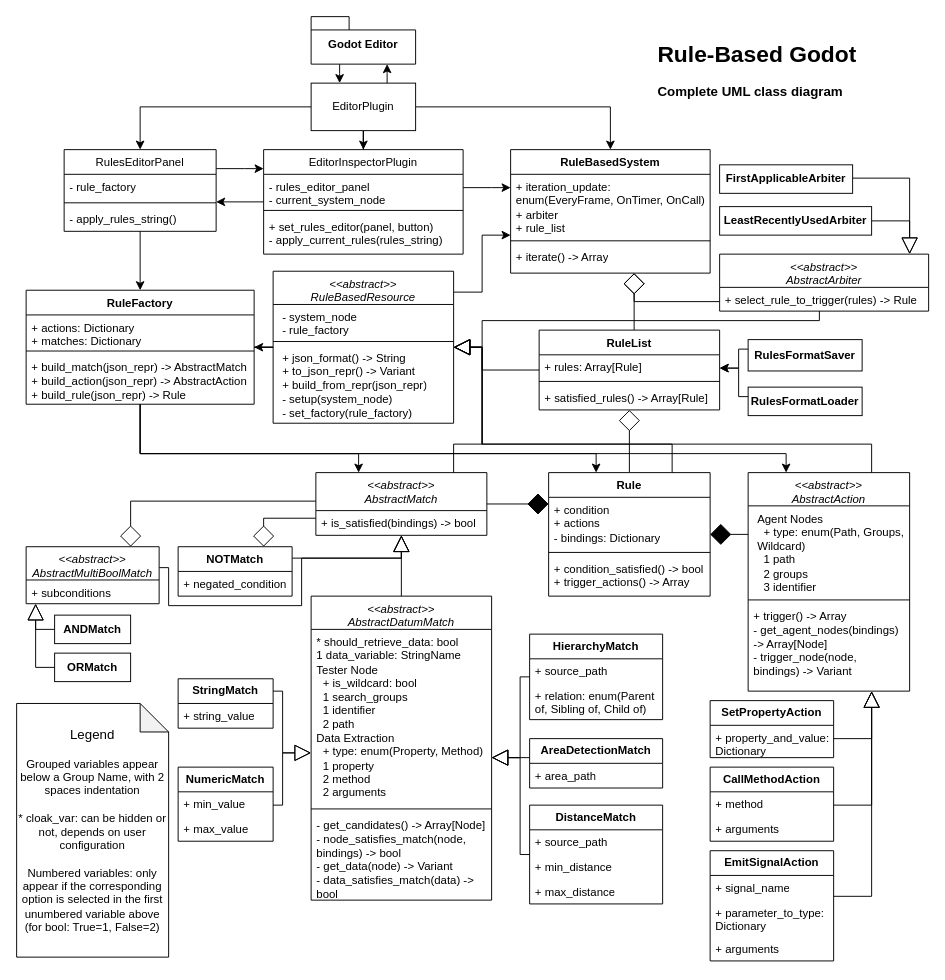
rvbatt/rule-based-godot keeps this draw.io diagram as page "Complete" (2 of 3) of diagrams/UML_Classes.drawio. Above is the earlier version. Source tidied: cells renumbered, new cells numbered last; positions are measured from the earlier drawing's top-left corner, leaving out a move shared by most shapes. Both pictures are drawn from the tidied source at 95%, with x=0, y=0 at pixel (16, 16).
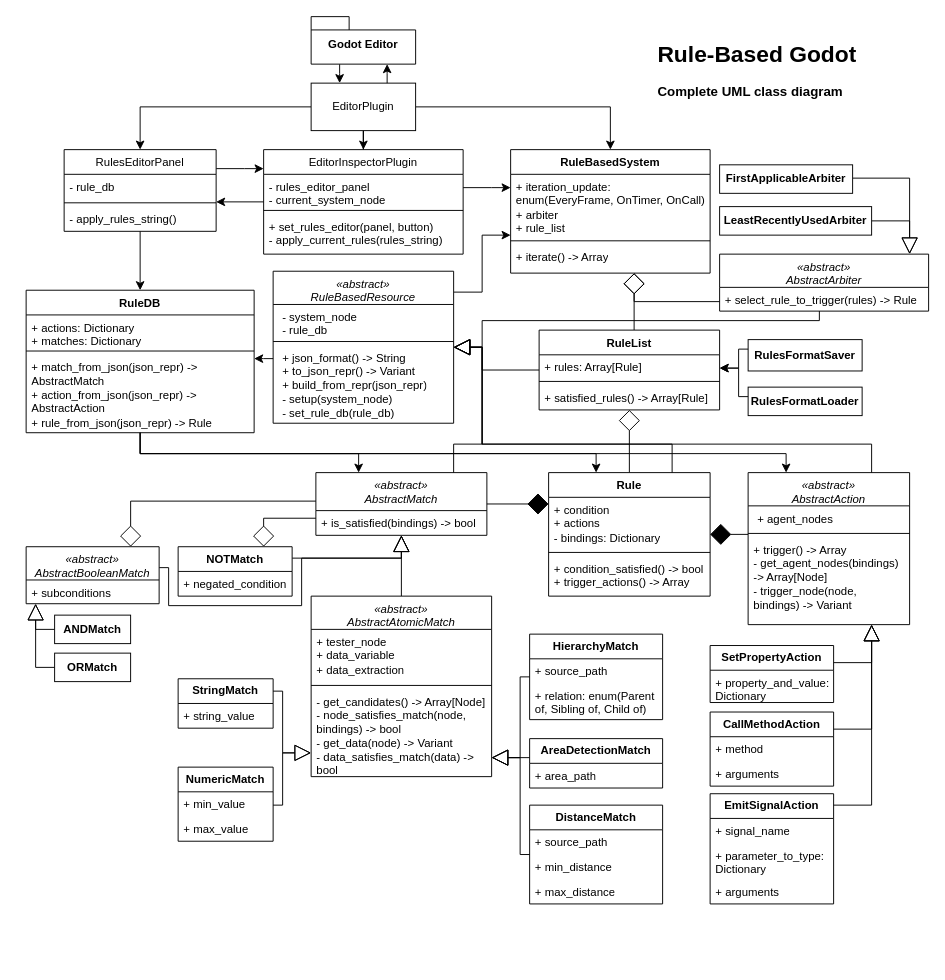
The same page after the edit.

Unchanged cells that the change refers to:
```xml
<mxCell id="17" value="&lt;span style=&quot;font-weight: normal;&quot;&gt;RulesEditorPanel&lt;/span&gt;" style="swimlane;fontStyle=1;align=center;verticalAlign=top;horizontal=1;startSize=26;whiteSpace=wrap;html=1;" parent="1" vertex="1">
  <mxGeometry x="50" y="140" width="160" height="86" as="geometry" />
</mxCell>
```

The edit, as a diff of the source:
```diff
@@
-    <mxCell id="18" value="- rule_factory" style="text;strokeColor=none;fillColor=none;align=left;verticalAlign=top;spacingLeft=4;spacingRight=4;overflow=hidden;whiteSpace=wrap;html=1;" parent="17" vertex="1">
+    <mxCell id="18" value="- rule_db" style="text;strokeColor=none;fillColor=none;align=left;verticalAlign=top;spacingLeft=4;spacingRight=4;overflow=hidden;whiteSpace=wrap;html=1;" parent="17" vertex="1">
       <mxGeometry y="26" width="160" height="26" as="geometry" />
     </mxCell>
@@
-    <mxCell id="30" value="RuleFactory" style="swimlane;fontStyle=1;align=center;verticalAlign=top;horizontal=1;startSize=26;whiteSpace=wrap;html=1;" parent="1" vertex="1">
-      <mxGeometry x="10" y="288" width="240" height="120" as="geometry" />
+    <mxCell id="30" value="RuleDB" style="swimlane;fontStyle=1;align=center;verticalAlign=top;horizontal=1;startSize=26;whiteSpace=wrap;html=1;" parent="1" vertex="1">
+      <mxGeometry x="10" y="288" width="240" height="150" as="geometry" />
     </mxCell>
@@
-    <mxCell id="33" value="+ build_match(json_repr) -&amp;gt; AbstractMatch&lt;br&gt;+ build_action(json_repr) -&amp;gt; AbstractAction&lt;br&gt;+ build_rule(json_repr) -&amp;gt; Rule" style="text;strokeColor=none;fillColor=none;align=left;verticalAlign=top;spacingLeft=4;spacingRight=4;overflow=hidden;whiteSpace=wrap;html=1;" parent="30" vertex="1">
-      <mxGeometry y="68" width="240" height="52" as="geometry" />
+    <mxCell id="33" value="+ match_from_json(json_repr) -&amp;gt; AbstractMatch&lt;br&gt;+ action_from_json(json_repr) -&amp;gt; AbstractAction&lt;br&gt;+ rule_from_json(json_repr) -&amp;gt; Rule" style="text;strokeColor=none;fillColor=none;align=left;verticalAlign=top;spacingLeft=4;spacingRight=4;overflow=hidden;whiteSpace=wrap;html=1;" parent="30" vertex="1">
+      <mxGeometry y="68" width="240" height="82" as="geometry" />
     </mxCell>
@@
-    <mxCell id="48" value="&lt;span style=&quot;font-weight: 400;&quot;&gt;&lt;i&gt;&amp;lt;&amp;lt;abstract&amp;gt;&amp;gt;&lt;br&gt;AbstractMatch&lt;br&gt;&lt;/i&gt;&lt;/span&gt;" style="swimlane;fontStyle=1;align=center;verticalAlign=top;horizontal=1;startSize=40;whiteSpace=wrap;html=1;" parent="1" vertex="1">
+    <mxCell id="48" value="&lt;i&gt;&lt;span style=&quot;font-weight: normal;&quot;&gt;«abstract»&lt;/span&gt;&lt;span style=&quot;font-weight: normal;&quot;&gt;&lt;br&gt;AbstractMatch&lt;/span&gt;&lt;/i&gt;" style="swimlane;fontStyle=1;align=center;verticalAlign=top;horizontal=1;startSize=40;whiteSpace=wrap;html=1;" parent="1" vertex="1">
       <mxGeometry x="315" y="480" width="180" height="66" as="geometry" />
     </mxCell>
@@
-    <mxCell id="55" value="&lt;span style=&quot;font-weight: normal;&quot;&gt;&lt;i&gt;&amp;lt;&amp;lt;abstract&amp;gt;&amp;gt;&lt;br&gt;AbstractDatumMatch&lt;br&gt;&lt;/i&gt;&lt;/span&gt;" style="swimlane;fontStyle=1;align=center;verticalAlign=top;horizontal=1;startSize=35;whiteSpace=wrap;html=1;swimlaneLine=1;" parent="1" vertex="1">
-      <mxGeometry x="310" y="610" width="190" height="320" as="geometry" />
+    <mxCell id="55" value="&lt;i&gt;&lt;span style=&quot;font-weight: normal;&quot;&gt;«abstract&lt;/span&gt;&lt;span style=&quot;font-weight: 400;&quot;&gt;»&lt;/span&gt;&lt;/i&gt;&lt;span style=&quot;font-weight: normal;&quot;&gt;&lt;i&gt;&lt;br&gt;AbstractAtomicMatch&lt;br&gt;&lt;/i&gt;&lt;/span&gt;" style="swimlane;fontStyle=1;align=center;verticalAlign=top;horizontal=1;startSize=35;whiteSpace=wrap;html=1;swimlaneLine=1;" parent="1" vertex="1">
+      <mxGeometry x="310" y="610" width="190" height="190" as="geometry" />
     </mxCell>
-    <mxCell id="56" value="* should_retrieve_data: bool&lt;br&gt;1 data_variable: StringName&lt;br&gt;Tester Node&lt;br&gt;&amp;nbsp; + is_wildcard: bool&lt;br&gt;&amp;nbsp; 1 search_groups&lt;br&gt;&amp;nbsp; 1 identifier&lt;br&gt;&amp;nbsp; 2 path&lt;br&gt;Data Extraction&lt;br&gt;&amp;nbsp; + type: enum(Property, Method)&lt;br&gt;&amp;nbsp; 1 property&lt;br&gt;&amp;nbsp; 2 method&lt;br&gt;&amp;nbsp; 2 arguments" style="text;strokeColor=none;fillColor=none;align=left;verticalAlign=top;spacingLeft=4;spacingRight=4;overflow=hidden;whiteSpace=wrap;html=1;" parent="55" vertex="1">
-      <mxGeometry y="35" width="190" height="185" as="geometry" />
+    <mxCell id="56" value="+ tester_node&lt;br&gt;+ data_variable&lt;br&gt;+ data_extraction" style="text;strokeColor=none;fillColor=none;align=left;verticalAlign=top;spacingLeft=4;spacingRight=4;overflow=hidden;whiteSpace=wrap;html=1;" parent="55" vertex="1">
+      <mxGeometry y="35" width="190" height="55" as="geometry" />
     </mxCell>
     <mxCell id="57" style="line;strokeWidth=1;fillColor=none;align=left;verticalAlign=middle;spacingTop=-1;spacingLeft=3;spacingRight=3;labelPosition=right;strokeColor=inherit;" parent="55" vertex="1">
-      <mxGeometry y="220" width="190" height="8" as="geometry" />
+      <mxGeometry y="90" width="190" height="8" as="geometry" />
     </mxCell>
     <mxCell id="58" value="- get_candidates() -&amp;gt; Array[Node]&lt;br&gt;- node_satisfies_match(node, bindings) -&amp;gt; bool&lt;br&gt;- get_data(node) -&amp;gt; Variant&lt;br&gt;- data_satisfies_match(data) -&amp;gt; bool" style="text;strokeColor=none;fillColor=none;align=left;verticalAlign=top;spacingLeft=4;spacingRight=4;overflow=hidden;whiteSpace=wrap;html=1;" parent="55" vertex="1">
-      <mxGeometry y="228" width="190" height="92" as="geometry" />
+      <mxGeometry y="98" width="190" height="92" as="geometry" />
     </mxCell>
@@
-    <mxCell id="65" value="&lt;span style=&quot;font-weight: normal;&quot;&gt;&lt;i&gt;&amp;lt;&amp;lt;abstract&amp;gt;&amp;gt;&lt;br&gt;AbstractMultiBoolMatch&lt;br&gt;&lt;/i&gt;&lt;/span&gt;" style="swimlane;fontStyle=1;align=center;verticalAlign=top;horizontal=1;startSize=35;whiteSpace=wrap;html=1;swimlaneLine=1;" parent="1" vertex="1">
+    <mxCell id="65" value="&lt;span style=&quot;font-weight: normal;&quot;&gt;&lt;i&gt;«abstract»&lt;/i&gt;&lt;br&gt;&lt;i&gt;AbstractBooleanMatch&lt;/i&gt;&lt;br&gt;&lt;/span&gt;" style="swimlane;fontStyle=1;align=center;verticalAlign=top;horizontal=1;startSize=35;whiteSpace=wrap;html=1;swimlaneLine=1;" parent="1" vertex="1">
       <mxGeometry x="10" y="558" width="140" height="60" as="geometry" />
     </mxCell>
@@
     <mxCell id="83" style="edgeStyle=orthogonalEdgeStyle;rounded=0;jettySize=auto;html=1;startArrow=block;startFill=0;startSize=15;endArrow=none;endFill=0;" parent="1" edge="1" source="86" target="93">
       <mxGeometry relative="1" as="geometry">
         <Array as="points">
-          <mxPoint x="900" y="760" />
+          <mxPoint x="900" y="680" />
         </Array>
       </mxGeometry>
     </mxCell>
     <mxCell id="84" style="edgeStyle=orthogonalEdgeStyle;rounded=0;jettySize=auto;html=1;endArrow=none;endFill=0;startArrow=block;startFill=0;startSize=15;" parent="1" edge="1" source="86" target="90">
       <mxGeometry relative="1" as="geometry">
         <Array as="points">
-          <mxPoint x="900" y="830" />
+          <mxPoint x="900" y="750" />
         </Array>
       </mxGeometry>
     </mxCell>
     <mxCell id="85" style="edgeStyle=orthogonalEdgeStyle;rounded=0;jettySize=auto;html=1;endArrow=none;endFill=0;startArrow=block;startFill=0;endSize=15;startSize=15;" parent="1" edge="1" source="86" target="95">
       <mxGeometry relative="1" as="geometry">
         <Array as="points">
-          <mxPoint x="900" y="926" />
+          <mxPoint x="900" y="830" />
         </Array>
       </mxGeometry>
     </mxCell>
-    <mxCell id="86" value="&lt;span style=&quot;font-weight: normal;&quot;&gt;&lt;i&gt;&amp;lt;&amp;lt;abstract&amp;gt;&amp;gt;&lt;br&gt;AbstractAction&lt;br&gt;&lt;/i&gt;&lt;/span&gt;" style="swimlane;fontStyle=1;align=center;verticalAlign=top;horizontal=1;startSize=35;whiteSpace=wrap;html=1;swimlaneLine=1;" parent="1" vertex="1">
-      <mxGeometry x="770" y="480" width="170" height="230" as="geometry" />
+    <mxCell id="86" value="&lt;i&gt;&lt;span style=&quot;font-weight: normal;&quot;&gt;«abstract»&lt;/span&gt;&lt;span style=&quot;font-weight: normal;&quot;&gt;&lt;br&gt;AbstractAction&lt;/span&gt;&lt;/i&gt;" style="swimlane;fontStyle=1;align=center;verticalAlign=top;horizontal=1;startSize=35;whiteSpace=wrap;html=1;swimlaneLine=1;" parent="1" vertex="1">
+      <mxGeometry x="770" y="480" width="170" height="160" as="geometry" />
     </mxCell>
-    <mxCell id="87" value="&lt;p style=&quot;border-color: var(--border-color); margin: 0px 0px 0px 4px;&quot;&gt;Agent Nodes&lt;/p&gt;&lt;p style=&quot;border-color: var(--border-color); margin: 0px 0px 0px 4px;&quot;&gt;&amp;nbsp; + type: enum(Path, Groups, Wildcard)&lt;/p&gt;&lt;p style=&quot;border-color: var(--border-color); margin: 0px 0px 0px 4px;&quot;&gt;&amp;nbsp; 1 path&lt;/p&gt;&lt;p style=&quot;border-color: var(--border-color); margin: 0px 0px 0px 4px;&quot;&gt;&amp;nbsp; 2 groups&lt;/p&gt;&lt;p style=&quot;border-color: var(--border-color); margin: 0px 0px 0px 4px;&quot;&gt;&amp;nbsp; 3 identifier&lt;/p&gt;" style="text;strokeColor=none;fillColor=none;align=left;verticalAlign=top;spacingLeft=4;spacingRight=4;overflow=hidden;whiteSpace=wrap;html=1;" parent="86" vertex="1">
-      <mxGeometry y="35" width="170" height="95" as="geometry" />
+    <mxCell id="87" value="&lt;p style=&quot;border-color: var(--border-color); margin: 0px 0px 0px 4px;&quot;&gt;+ agent_nodes&lt;/p&gt;" style="text;strokeColor=none;fillColor=none;align=left;verticalAlign=top;spacingLeft=4;spacingRight=4;overflow=hidden;whiteSpace=wrap;html=1;" parent="86" vertex="1">
+      <mxGeometry y="35" width="170" height="25" as="geometry" />
     </mxCell>
     <mxCell id="88" style="line;strokeWidth=1;fillColor=none;align=left;verticalAlign=middle;spacingTop=-1;spacingLeft=3;spacingRight=3;labelPosition=right;strokeColor=inherit;" parent="86" vertex="1">
-      <mxGeometry y="130" width="170" height="8" as="geometry" />
+      <mxGeometry y="60" width="170" height="8" as="geometry" />
     </mxCell>
     <mxCell id="89" value="+ trigger() -&amp;gt; Array&lt;br&gt;- get_agent_nodes(bindings) -&amp;gt; Array[Node]&lt;br&gt;- trigger_node(node, bindings) -&amp;gt; Variant" style="text;strokeColor=none;fillColor=none;align=left;verticalAlign=top;spacingLeft=4;spacingRight=4;overflow=hidden;whiteSpace=wrap;html=1;" parent="86" vertex="1">
-      <mxGeometry y="138" width="170" height="92" as="geometry" />
+      <mxGeometry y="68" width="170" height="92" as="geometry" />
     </mxCell>
     <mxCell id="90" value="&lt;b&gt;CallMethodAction&lt;/b&gt;" style="swimlane;fontStyle=0;horizontal=1;startSize=26;fillColor=none;whiteSpace=wrap;html=1;" parent="1" vertex="1">
-      <mxGeometry x="730" y="790" width="130" height="78" as="geometry" />
+      <mxGeometry x="730" y="732" width="130" height="78" as="geometry" />
     </mxCell>
@@
     <mxCell id="93" value="&lt;b&gt;SetPropertyAction&lt;/b&gt;" style="swimlane;fontStyle=0;horizontal=1;startSize=26;fillColor=none;whiteSpace=wrap;html=1;" parent="1" vertex="1">
-      <mxGeometry x="730" y="720" width="130" height="60" as="geometry" />
+      <mxGeometry x="730" y="662" width="130" height="60" as="geometry" />
     </mxCell>
@@
     <mxCell id="95" value="&lt;b&gt;EmitSignalAction&lt;/b&gt;" style="swimlane;fontStyle=0;horizontal=1;startSize=26;fillColor=none;whiteSpace=wrap;html=1;" parent="1" vertex="1">
-      <mxGeometry x="730" y="878" width="130" height="116" as="geometry" />
+      <mxGeometry x="730" y="818" width="130" height="116" as="geometry" />
     </mxCell>
@@
-    <mxCell id="101" value="&lt;span style=&quot;font-weight: normal;&quot;&gt;&lt;i&gt;&amp;lt;&amp;lt;abstract&amp;gt;&amp;gt;&lt;br&gt;AbstractArbiter&lt;br&gt;&lt;/i&gt;&lt;/span&gt;" style="swimlane;fontStyle=1;align=center;verticalAlign=top;horizontal=1;startSize=35;whiteSpace=wrap;html=1;swimlaneLine=1;" parent="1" vertex="1">
+    <mxCell id="101" value="&lt;i&gt;&lt;span style=&quot;font-weight: normal;&quot;&gt;«abstract»&lt;/span&gt;&lt;span style=&quot;font-weight: normal;&quot;&gt;&lt;br&gt;AbstractArbiter&lt;/span&gt;&lt;/i&gt;" style="swimlane;fontStyle=1;align=center;verticalAlign=top;horizontal=1;startSize=35;whiteSpace=wrap;html=1;swimlaneLine=1;" parent="1" vertex="1">
       <mxGeometry x="740" y="250" width="220" height="60" as="geometry" />
     </mxCell>
@@
     <mxCell id="105" style="edgeStyle=orthogonalEdgeStyle;rounded=0;jettySize=auto;html=1;endSize=7;" parent="1" edge="1" source="112" target="30">
-      <mxGeometry relative="1" as="geometry" />
+      <mxGeometry relative="1" as="geometry">
+        <Array as="points">
+          <mxPoint x="260" y="360" />
+          <mxPoint x="260" y="360" />
+        </Array>
+      </mxGeometry>
     </mxCell>
@@
-    <mxCell id="112" value="&lt;i style=&quot;border-color: var(--border-color); font-weight: 400;&quot;&gt;&amp;lt;&amp;lt;abstract&amp;gt;&amp;gt;&lt;/i&gt;&lt;br style=&quot;border-color: var(--border-color); font-weight: 400;&quot;&gt;&lt;i style=&quot;border-color: var(--border-color); font-weight: 400;&quot;&gt;RuleBasedResource&lt;/i&gt;&lt;span style=&quot;font-weight: normal;&quot;&gt;&lt;i&gt;&lt;br&gt;&lt;/i&gt;&lt;/span&gt;" style="swimlane;fontStyle=1;align=center;verticalAlign=top;horizontal=1;startSize=35;whiteSpace=wrap;html=1;swimlaneLine=1;" parent="1" vertex="1">
+    <mxCell id="112" value="&lt;i style=&quot;border-color: var(--border-color); font-weight: 400;&quot;&gt;«abstract&lt;/i&gt;&lt;span style=&quot;font-weight: normal;&quot;&gt;&lt;i&gt;»&lt;/i&gt;&lt;/span&gt;&lt;br style=&quot;border-color: var(--border-color); font-weight: 400;&quot;&gt;&lt;i style=&quot;border-color: var(--border-color); font-weight: 400;&quot;&gt;RuleBasedResource&lt;/i&gt;&lt;span style=&quot;font-weight: normal;&quot;&gt;&lt;i&gt;&lt;br&gt;&lt;/i&gt;&lt;/span&gt;" style="swimlane;fontStyle=1;align=center;verticalAlign=top;horizontal=1;startSize=35;whiteSpace=wrap;html=1;swimlaneLine=1;" parent="1" vertex="1">
       <mxGeometry x="270" y="268" width="190" height="160" as="geometry" />
     </mxCell>
-    <mxCell id="113" value="&lt;p style=&quot;border-color: var(--border-color); margin: 0px 0px 0px 4px;&quot;&gt;- system_node&lt;br style=&quot;border-color: var(--border-color);&quot;&gt;- rule_factory&lt;br&gt;&lt;/p&gt;" style="text;strokeColor=none;fillColor=none;align=left;verticalAlign=top;spacingLeft=4;spacingRight=4;overflow=hidden;whiteSpace=wrap;html=1;" parent="112" vertex="1">
+    <mxCell id="113" value="&lt;p style=&quot;border-color: var(--border-color); margin: 0px 0px 0px 4px;&quot;&gt;- system_node&lt;br style=&quot;border-color: var(--border-color);&quot;&gt;- rule_db&lt;br&gt;&lt;/p&gt;" style="text;strokeColor=none;fillColor=none;align=left;verticalAlign=top;spacingLeft=4;spacingRight=4;overflow=hidden;whiteSpace=wrap;html=1;" parent="112" vertex="1">
       <mxGeometry y="35" width="190" height="35" as="geometry" />
     </mxCell>
@@
-    <mxCell id="115" value="&lt;p style=&quot;border-color: var(--border-color); margin: 0px 0px 0px 4px;&quot;&gt;+ json_format() -&amp;gt; String&lt;br style=&quot;border-color: var(--border-color);&quot;&gt;&lt;/p&gt;&lt;p style=&quot;border-color: var(--border-color); margin: 0px 0px 0px 4px;&quot;&gt;+ to_json_repr() -&amp;gt; Variant&lt;/p&gt;&lt;p style=&quot;border-color: var(--border-color); margin: 0px 0px 0px 4px;&quot;&gt;+ build_from_repr(json_repr)&lt;/p&gt;&lt;p style=&quot;border-color: var(--border-color); margin: 0px 0px 0px 4px;&quot;&gt;- setup(system_node)&lt;/p&gt;&lt;p style=&quot;border-color: var(--border-color); margin: 0px 0px 0px 4px;&quot;&gt;- set_factory(rule_factory)&lt;/p&gt;" style="text;strokeColor=none;fillColor=none;align=left;verticalAlign=top;spacingLeft=4;spacingRight=4;overflow=hidden;whiteSpace=wrap;html=1;" parent="112" vertex="1">
+    <mxCell id="115" value="&lt;p style=&quot;border-color: var(--border-color); margin: 0px 0px 0px 4px;&quot;&gt;+ json_format() -&amp;gt; String&lt;br style=&quot;border-color: var(--border-color);&quot;&gt;&lt;/p&gt;&lt;p style=&quot;border-color: var(--border-color); margin: 0px 0px 0px 4px;&quot;&gt;+ to_json_repr() -&amp;gt; Variant&lt;/p&gt;&lt;p style=&quot;border-color: var(--border-color); margin: 0px 0px 0px 4px;&quot;&gt;+ build_from_repr(json_repr)&lt;/p&gt;&lt;p style=&quot;border-color: var(--border-color); margin: 0px 0px 0px 4px;&quot;&gt;- setup(system_node)&lt;/p&gt;&lt;p style=&quot;border-color: var(--border-color); margin: 0px 0px 0px 4px;&quot;&gt;- set_rule_db(rule_db)&lt;/p&gt;" style="text;strokeColor=none;fillColor=none;align=left;verticalAlign=top;spacingLeft=4;spacingRight=4;overflow=hidden;whiteSpace=wrap;html=1;" parent="112" vertex="1">
       <mxGeometry y="78" width="190" height="82" as="geometry" />
     </mxCell>
@@
-    <mxCell id="121" value="&lt;font style=&quot;&quot;&gt;&lt;font style=&quot;&quot;&gt;&lt;font style=&quot;font-size: 14px;&quot;&gt;Legend&lt;/font&gt;&lt;br&gt;&lt;/font&gt;&lt;br&gt;Grouped variables appear below a Group Name, with 2 spaces indentation&lt;br&gt;&lt;br&gt;* cloak_var: can be hidden or not, depends on user configuration&lt;br&gt;&lt;br&gt;Numbered variables: only appear if the corresponding option is selected in the first unumbered variable above (for bool: True=1, False=2)&lt;br&gt;&lt;/font&gt;" style="shape=note;whiteSpace=wrap;html=1;backgroundOutline=1;darkOpacity=0.05;" parent="1" vertex="1">
-      <mxGeometry y="723" width="160" height="267" as="geometry" />
-    </mxCell>
```
